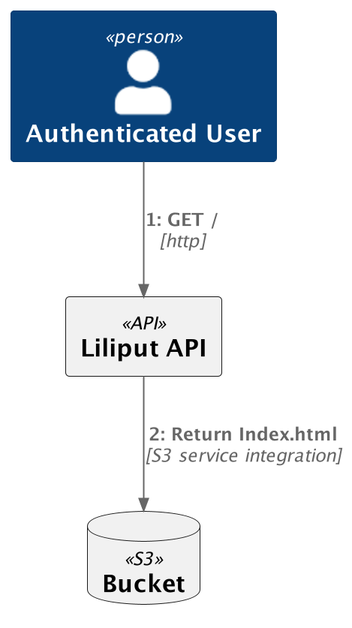
Above: liliput_blog_images/out/lambda_1_index_html.png in mourjo/diagrams (PlantUML), before the change.
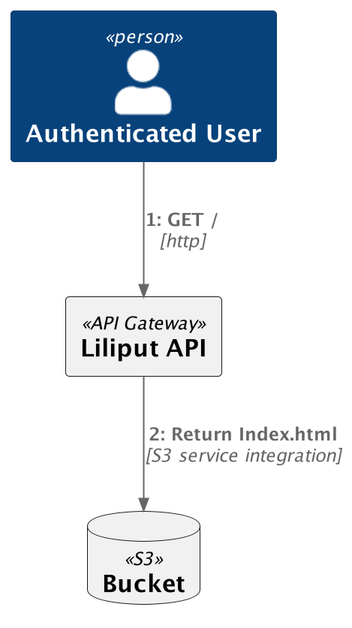
Above is the later version.

Commit message:
Add API gateway as component

What changed in the source:
```diff
@@ -6,7 +6,7 @@
 
 scale 2
 
-Container_Simple(apigateway, "API", "Liliput API")
+Container_Simple(apigateway, "API Gateway", "Liliput API")
 ContainerDb_Simple(s3, "S3", "Bucket")
 Person(authuser, "Authenticated User")
 Rel(authuser, apigateway, "GET /", http)
```
